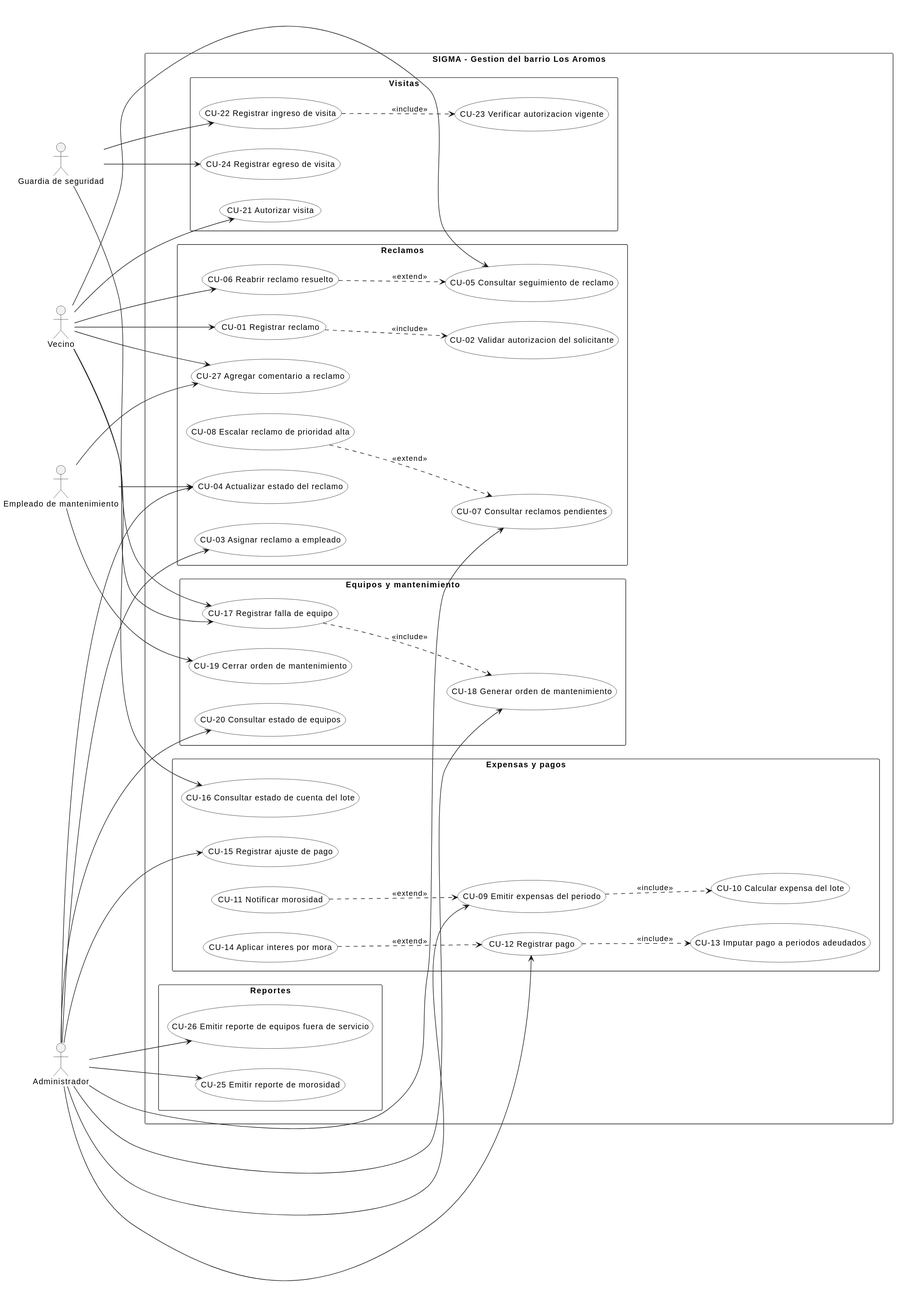
Earlier version of the PlantUML export docs/uml/casos-de-uso.svg (fedemarr/TP-POO-SIGMA). The source it was exported from:
```plantuml
@startuml
left to right direction
skinparam packageStyle rectangle
skinparam shadowing false
skinparam usecase {
  BackgroundColor White
  BorderColor Black
}

actor "Vecino" as VEC
actor "Administrador" as ADM
actor "Guardia de seguridad" as GUA
actor "Empleado de mantenimiento" as EMP

rectangle "SIGMA - Gestion del barrio Los Aromos" {

  package "Reclamos" {
    usecase "CU-01 Registrar reclamo" as CU01
    usecase "CU-02 Validar autorizacion del solicitante" as CU02
    usecase "CU-03 Asignar reclamo a empleado" as CU03
    usecase "CU-04 Actualizar estado del reclamo" as CU04
    usecase "CU-05 Consultar seguimiento de reclamo" as CU05
    usecase "CU-06 Reabrir reclamo resuelto" as CU06
    usecase "CU-07 Consultar reclamos pendientes" as CU07
    usecase "CU-08 Escalar reclamo de prioridad alta" as CU08
    usecase "CU-27 Agregar comentario a reclamo" as CU27
  }

  package "Expensas y pagos" {
    usecase "CU-09 Emitir expensas del periodo" as CU09
    usecase "CU-10 Calcular expensa del lote" as CU10
    usecase "CU-11 Notificar morosidad" as CU11
    usecase "CU-12 Registrar pago" as CU12
    usecase "CU-13 Imputar pago a periodos adeudados" as CU13
    usecase "CU-14 Aplicar interes por mora" as CU14
    usecase "CU-15 Registrar ajuste de pago" as CU15
    usecase "CU-16 Consultar estado de cuenta del lote" as CU16
  }

  package "Equipos y mantenimiento" {
    usecase "CU-17 Registrar falla de equipo" as CU17
    usecase "CU-18 Generar orden de mantenimiento" as CU18
    usecase "CU-19 Cerrar orden de mantenimiento" as CU19
    usecase "CU-20 Consultar estado de equipos" as CU20
  }

  package "Visitas" {
    usecase "CU-21 Autorizar visita" as CU21
    usecase "CU-22 Registrar ingreso de visita" as CU22
    usecase "CU-23 Verificar autorizacion vigente" as CU23
    usecase "CU-24 Registrar egreso de visita" as CU24
  }

  package "Reportes" {
    usecase "CU-25 Emitir reporte de morosidad" as CU25
    usecase "CU-26 Emitir reporte de equipos fuera de servicio" as CU26
  }
}

VEC --> CU01
VEC --> CU05
VEC --> CU06
VEC --> CU27
VEC --> CU16
VEC --> CU17
VEC --> CU21

ADM --> CU03
ADM --> CU04
ADM --> CU07
ADM --> CU09
ADM --> CU12
ADM --> CU15
ADM --> CU18
ADM --> CU20
ADM --> CU25
ADM --> CU26

GUA --> CU17
GUA --> CU22
GUA --> CU24

EMP --> CU04
EMP --> CU19
EMP --> CU27

CU01 ..> CU02 : <<include>>
CU09 ..> CU10 : <<include>>
CU12 ..> CU13 : <<include>>
CU17 ..> CU18 : <<include>>
CU22 ..> CU23 : <<include>>

CU06 ..> CU05 : <<extend>>
CU08 ..> CU07 : <<extend>>
CU11 ..> CU09 : <<extend>>
CU14 ..> CU12 : <<extend>>
@enduml
```
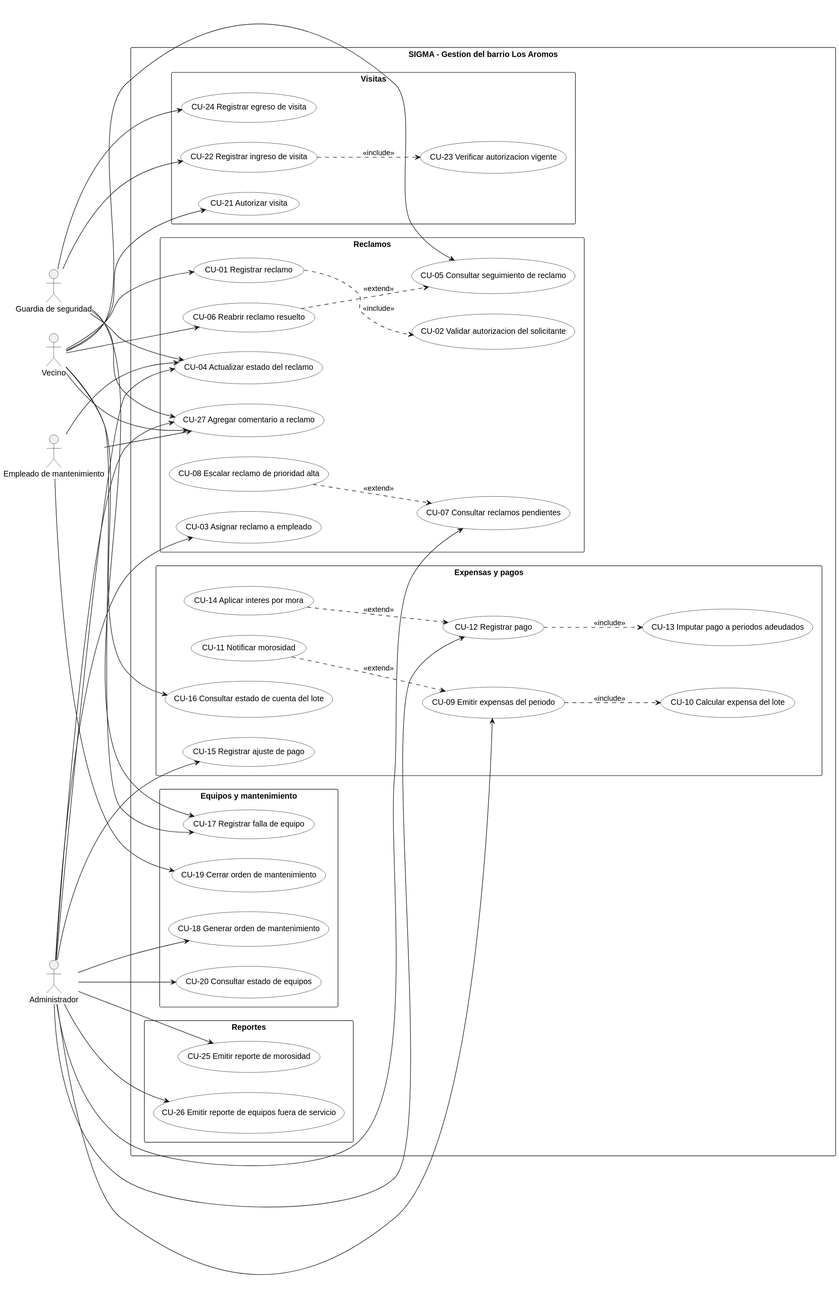
The same file after the commit.

Diff of the diagram source:
```diff
@@ -66,6 +66,7 @@
 VEC --> CU21
 
 ADM --> CU03
+ADM --> CU27
 ADM --> CU04
 ADM --> CU07
 ADM --> CU09
@@ -77,6 +78,8 @@
 ADM --> CU26
 
 GUA --> CU17
+GUA --> CU27
+GUA --> CU04
 GUA --> CU22
 GUA --> CU24
 
@@ -87,7 +90,6 @@
 CU01 ..> CU02 : <<include>>
 CU09 ..> CU10 : <<include>>
 CU12 ..> CU13 : <<include>>
-CU17 ..> CU18 : <<include>>
 CU22 ..> CU23 : <<include>>
 
 CU06 ..> CU05 : <<extend>>
```
